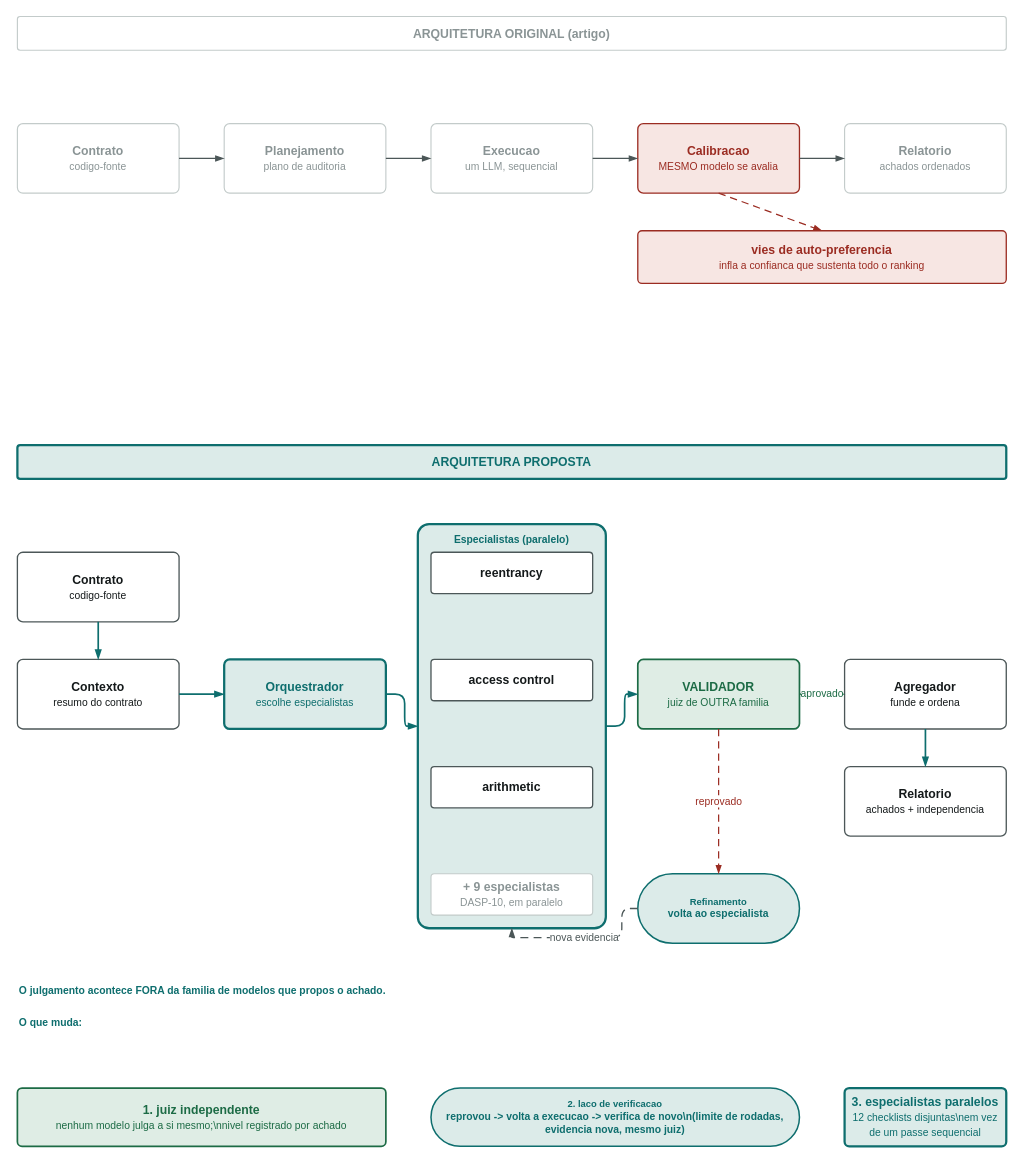
The draw.io diagram smart-contract-audit/docs/arquitetura.drawio in marianaabeatrizz/SmartAuditFlow, before the edit. Source tidied: cells renumbered, new cells numbered last; positions are measured from the earlier drawing's top-left corner, leaving out a move shared by most shapes. Both pictures are drawn from the tidied source at 94%, with x=0, y=0 at pixel (17, 16).
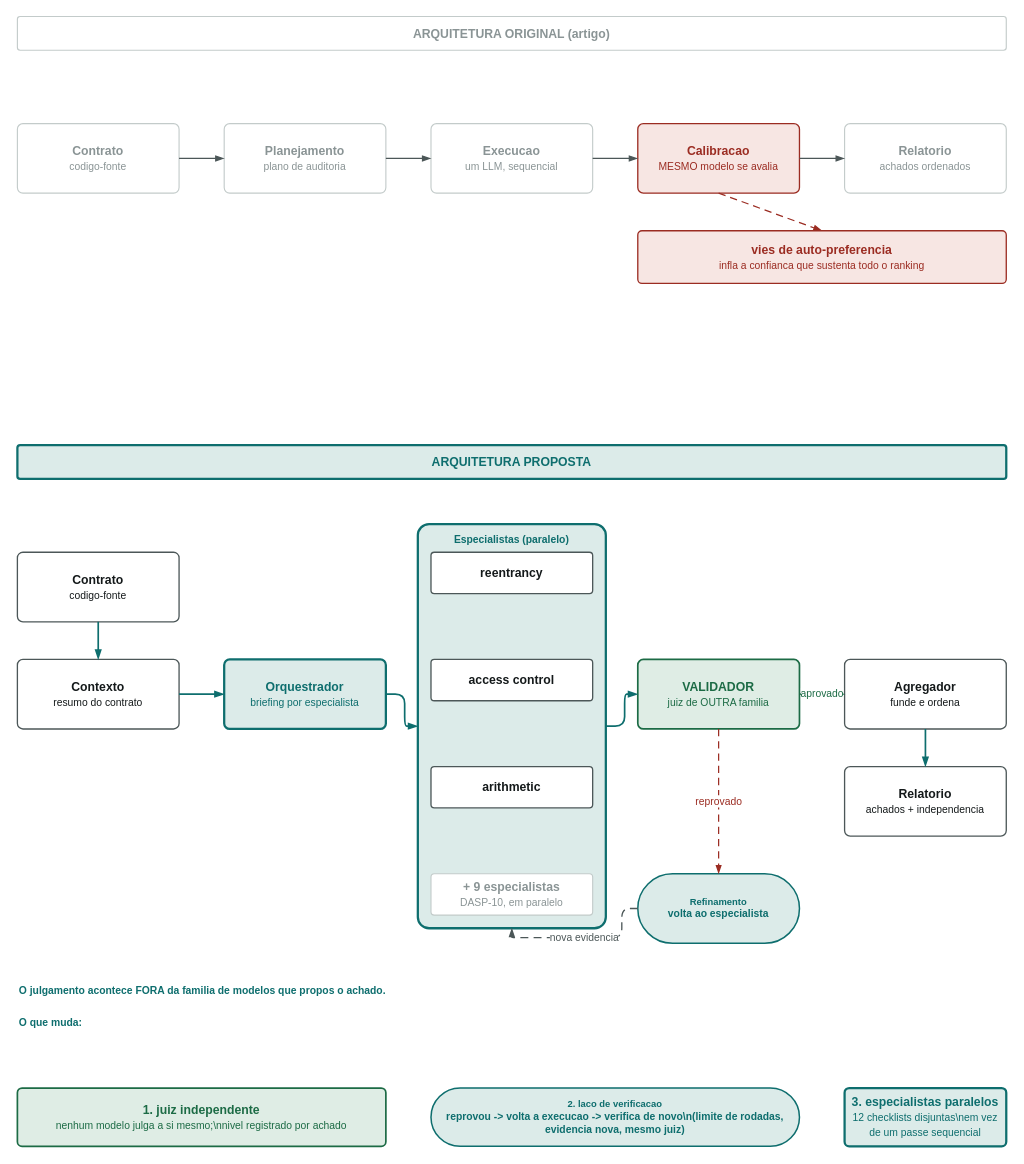
Above is the later version.

Diff of the diagram source:
```diff
@@
-    <mxCell id="13" value="&lt;b&gt;Orquestrador&lt;/b&gt;&lt;br&gt;&lt;span style=&quot;font-size:11px;&quot;&gt;escolhe especialistas&lt;/span&gt;" style="rounded=1;whiteSpace=wrap;html=1;arcSize=8;fillColor=#DCEBE9;strokeColor=#0E6E6E;fontColor=#0E6E6E;strokeWidth=2.4;verticalAlign=middle;align=center;fontSize=13;spacing=6;" parent="1" vertex="1">
+    <mxCell id="13" value="&lt;b&gt;Orquestrador&lt;/b&gt;&lt;br&gt;&lt;span style=&quot;font-size:11px;&quot;&gt;briefing por especialista&lt;/span&gt;" style="rounded=1;whiteSpace=wrap;html=1;arcSize=8;fillColor=#DCEBE9;strokeColor=#0E6E6E;fontColor=#0E6E6E;strokeWidth=2.4;verticalAlign=middle;align=center;fontSize=13;spacing=6;" parent="1" vertex="1">
       <mxGeometry x="220" y="684" width="172" height="74" as="geometry" />
     </mxCell>
```
